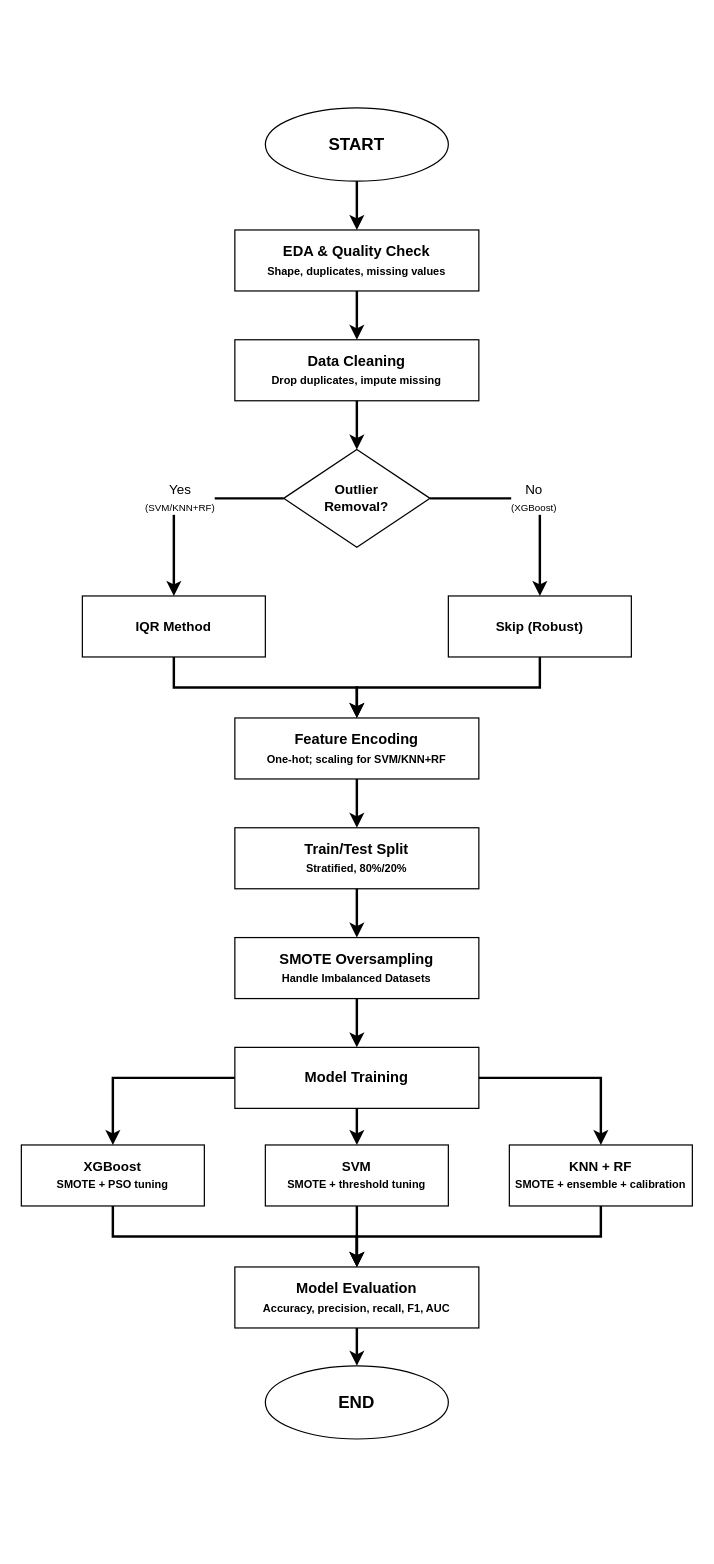
The draw.io diagram shopper_intention_pipeline_flowchart_simple.drawio in ngkaizhe123/BMCS2074-ARTIFICIAL-INTELLIGENCE-Online-Shoppers-Purchase-Intention, before the edit. Source tidied: cells renumbered, new cells numbered last; positions are measured from the earlier drawing's top-left corner, leaving out a move shared by most shapes. Both pictures are drawn from the tidied source at 122%, with x=0, y=0 at pixel (21, 107).
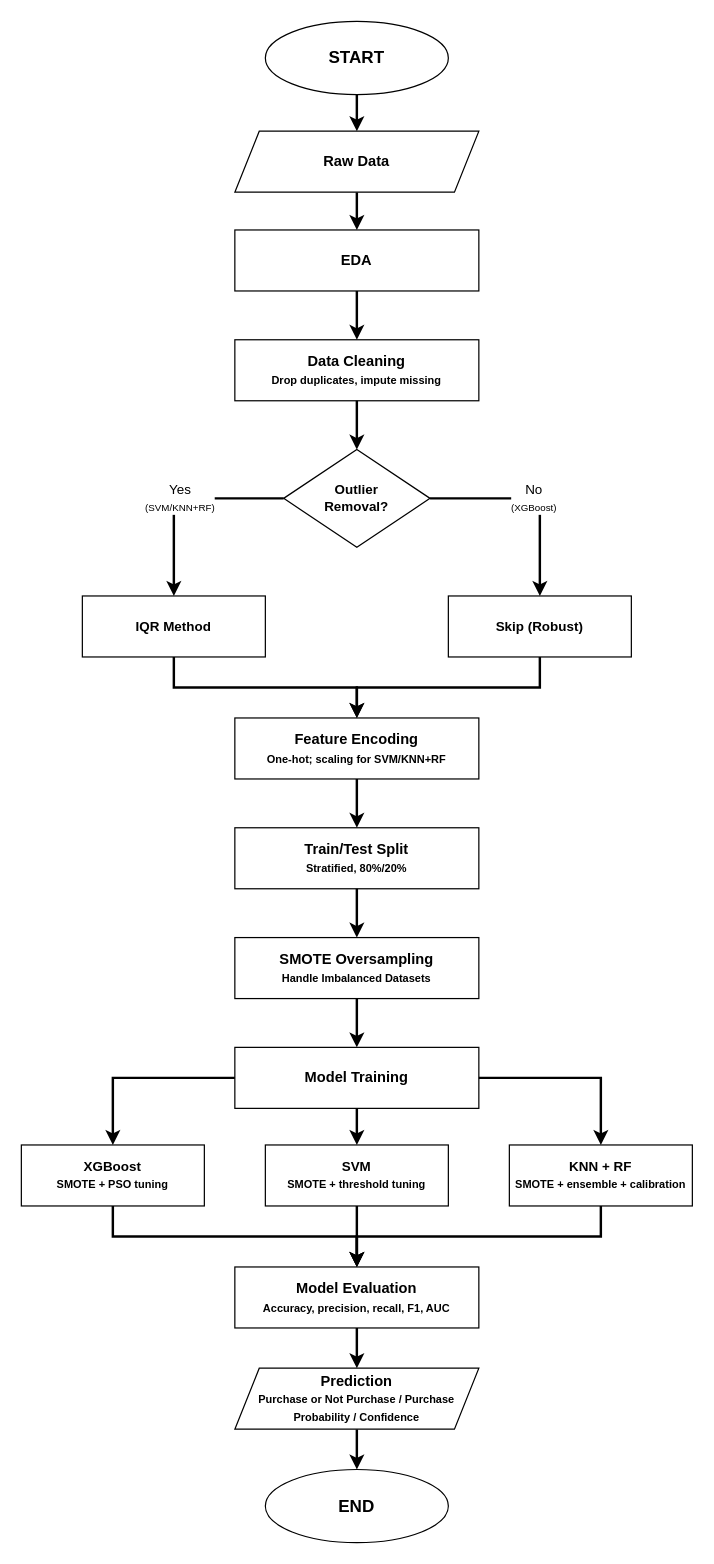
The same diagram, later.

The change refers to these unchanged cells:
```xml
<mxCell id="15" value="Model Evaluation&lt;br&gt;&lt;font style=&quot;font-size: 9px&quot;&gt;Accuracy, precision, recall, F1, AUC&lt;/font&gt;" style="rounded=0;whiteSpace=wrap;html=1;fillColor=none;strokeColor=#000000;fontColor=#000000;fontStyle=1;fontSize=12;" parent="1" vertex="1">
  <mxGeometry x="175" y="950" width="200" height="50" as="geometry" />
</mxCell>
```

What changed in the source:
```diff
@@
+    <mxCell id="34" style="edgeStyle=orthogonalEdgeStyle;rounded=0;jettySize=auto;html=1;exitX=0.5;exitY=1;exitDx=0;exitDy=0;strokeColor=#000000;strokeWidth=2;align=center;verticalAlign=middle;fontFamily=Helvetica;fontSize=11;fontColor=default;labelBackgroundColor=default;endArrow=classic;" parent="1" edge="1" source="2" target="37">
+      <mxGeometry relative="1" as="geometry" />
+    </mxCell>
     <mxCell id="2" value="START" style="ellipse;whiteSpace=wrap;html=1;fillColor=none;strokeColor=#000000;fontColor=#000000;fontStyle=1;fontSize=14;" parent="1" vertex="1">
-      <mxGeometry x="200" width="150" height="60" as="geometry" />
+      <mxGeometry x="200" y="-71" width="150" height="60" as="geometry" />
     </mxCell>
-    <mxCell id="3" value="EDA &amp; Quality Check&lt;br&gt;&lt;font style=&quot;font-size: 9px&quot;&gt;Shape, duplicates, missing values&lt;/font&gt;" style="rounded=0;whiteSpace=wrap;html=1;fillColor=none;strokeColor=#000000;fontColor=#000000;fontStyle=1;fontSize=12;" parent="1" vertex="1">
+    <mxCell id="3" value="EDA" style="rounded=0;whiteSpace=wrap;html=1;fillColor=none;strokeColor=#000000;fontColor=#000000;fontStyle=1;fontSize=12;" parent="1" vertex="1">
       <mxGeometry x="175" y="100" width="200" height="50" as="geometry" />
     </mxCell>
@@
+    <mxCell id="35" style="edgeStyle=orthogonalEdgeStyle;rounded=0;jettySize=auto;html=1;exitX=0.5;exitY=1;exitDx=0;exitDy=0;strokeColor=#000000;strokeWidth=2;align=center;verticalAlign=middle;fontFamily=Helvetica;fontSize=11;fontColor=default;labelBackgroundColor=default;endArrow=classic;" parent="1" edge="1" source="15" target="39">
+      <mxGeometry relative="1" as="geometry" />
+    </mxCell>
@@
     <mxCell id="16" value="END" style="ellipse;whiteSpace=wrap;html=1;fillColor=none;strokeColor=#000000;fontColor=#000000;fontStyle=1;fontSize=14;" parent="1" vertex="1">
-      <mxGeometry x="200" y="1031" width="150" height="60" as="geometry" />
+      <mxGeometry x="200" y="1116" width="150" height="60" as="geometry" />
     </mxCell>
-    <mxCell id="17" style="endArrow=classic;html=1;rounded=0;exitX=0.5;exitY=1;exitDx=0;exitDy=0;entryX=0.5;entryY=0;entryDx=0;entryDy=0;strokeWidth=2;strokeColor=#000000;" parent="1" edge="1" source="2" target="3">
-      <mxGeometry relative="1" as="geometry" />
-    </mxCell>
@@
-    <mxCell id="33" style="endArrow=classic;html=1;rounded=0;exitX=0.5;exitY=1;exitDx=0;exitDy=0;entryX=0.5;entryY=0;entryDx=0;entryDy=0;strokeWidth=2;strokeColor=#000000;" parent="1" edge="1" source="15" target="16">
-      <mxGeometry relative="1" as="geometry" />
-    </mxCell>
+    <mxCell id="36" style="edgeStyle=orthogonalEdgeStyle;rounded=0;jettySize=auto;html=1;exitX=0.5;exitY=1;exitDx=0;exitDy=0;strokeColor=#000000;strokeWidth=2;align=center;verticalAlign=middle;fontFamily=Helvetica;fontSize=11;fontColor=default;labelBackgroundColor=default;endArrow=classic;" parent="1" edge="1" source="37" target="3">
+      <mxGeometry relative="1" as="geometry" />
+    </mxCell>
+    <mxCell id="37" value="Raw Data" style="shape=parallelogram;perimeter=parallelogramPerimeter;whiteSpace=wrap;html=1;shapeInside=1;fixedSize=1;fontStyle=1;" parent="1" vertex="1">
+      <mxGeometry x="175" y="19" width="200" height="50" as="geometry" />
+    </mxCell>
+    <mxCell id="38" style="edgeStyle=orthogonalEdgeStyle;rounded=0;jettySize=auto;html=1;exitX=0.5;exitY=1;exitDx=0;exitDy=0;strokeColor=#000000;strokeWidth=2;align=center;verticalAlign=middle;fontFamily=Helvetica;fontSize=11;fontColor=default;labelBackgroundColor=default;endArrow=classic;" parent="1" edge="1" source="39" target="16">
+      <mxGeometry relative="1" as="geometry" />
+    </mxCell>
+    <mxCell id="39" value="Prediction&lt;div&gt;&lt;font style=&quot;font-size: 9px;&quot;&gt;Purchase or Not Purchase / Purchase Probability / Confidence&lt;/font&gt;&lt;/div&gt;" style="shape=parallelogram;perimeter=parallelogramPerimeter;whiteSpace=wrap;html=1;shapeInside=1;fixedSize=1;fontStyle=1;" parent="1" vertex="1">
+      <mxGeometry x="175" y="1033" width="200" height="50" as="geometry" />
+    </mxCell>
```
